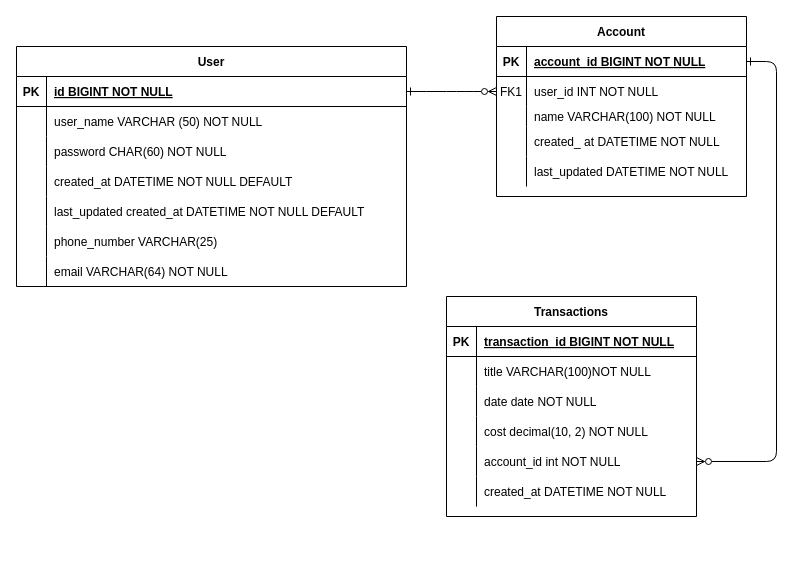
Above: MoneyPlease/MoneyPleaseDataChart.drawio in jmc37/MoneyPlease (draw.io), before the change. Source tidied: cells renumbered, new cells numbered last; positions are measured from the earlier drawing's top-left corner, leaving out a move shared by most shapes. Both pictures are drawn from the tidied source at 100%, with x=0, y=0 at pixel (16, 16).
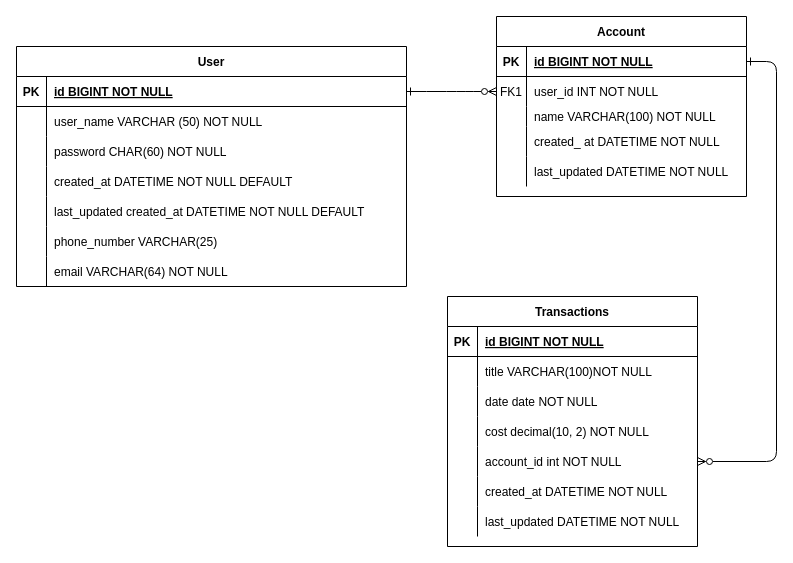
The same diagram, later.

Unchanged cells that the change refers to:
```xml
<mxCell id="5" style="shape=partialRectangle;fillColor=none;points=[[0,0.5],[1,0.5]];portConstraint=eastwest;top=0;left=0;right=0;bottom=1;" parent="4" vertex="1">
  <mxGeometry y="30" width="250" height="30" as="geometry" />
</mxCell>
<mxCell id="21" style="shape=partialRectangle;fillColor=none;top=0;left=0;right=0;bottom=1;" parent="20" vertex="1">
  <mxGeometry y="30" width="250" height="30" as="geometry" />
</mxCell>
```

Change to the diagram source:
```diff
@@
-    <mxCell id="7" value="account_id BIGINT NOT NULL" style="shape=partialRectangle;overflow=hidden;fillColor=none;top=0;left=0;bottom=0;right=0;align=left;spacingLeft=6;fontStyle=5;" parent="5" vertex="1">
+    <mxCell id="7" value="id BIGINT NOT NULL" style="shape=partialRectangle;overflow=hidden;fillColor=none;top=0;left=0;bottom=0;right=0;align=left;spacingLeft=6;fontStyle=5;" parent="5" vertex="1">
       <mxGeometry x="30" width="220" height="30" as="geometry" />
     </mxCell>
@@
     <mxCell id="20" value="Transactions" style="shape=table;startSize=30;childLayout=tableLayout;rowLines=0;fontStyle=1;align=center;" parent="1" vertex="1">
-      <mxGeometry x="430" y="280" width="250" height="220" as="geometry" />
+      <mxGeometry x="431" y="280" width="250" height="250" as="geometry" />
     </mxCell>
@@
-    <mxCell id="23" value="transaction_id BIGINT NOT NULL" style="shape=partialRectangle;overflow=hidden;fillColor=none;top=0;left=0;bottom=0;right=0;align=left;spacingLeft=6;fontStyle=5;" parent="21" vertex="1">
+    <mxCell id="23" value="id BIGINT NOT NULL" style="shape=partialRectangle;overflow=hidden;fillColor=none;top=0;left=0;bottom=0;right=0;align=left;spacingLeft=6;fontStyle=5;" parent="21" vertex="1">
       <mxGeometry x="30" width="220" height="30" as="geometry" />
     </mxCell>
@@
+    <mxCell id="61" style="shape=partialRectangle;fillColor=none;top=0;left=0;right=0;bottom=0;" parent="20" vertex="1">
+      <mxGeometry y="210" width="250" height="30" as="geometry" />
+    </mxCell>
+    <mxCell id="62" style="shape=partialRectangle;overflow=hidden;fillColor=none;top=0;left=0;bottom=0;right=0;" parent="61" vertex="1">
+      <mxGeometry width="30" height="30" as="geometry" />
+    </mxCell>
+    <mxCell id="63" value="last_updated DATETIME NOT NULL" style="shape=partialRectangle;overflow=hidden;fillColor=none;top=0;left=0;bottom=0;right=0;align=left;spacingLeft=6;" parent="61" vertex="1">
+      <mxGeometry x="30" width="220" height="30" as="geometry" />
+    </mxCell>
```
